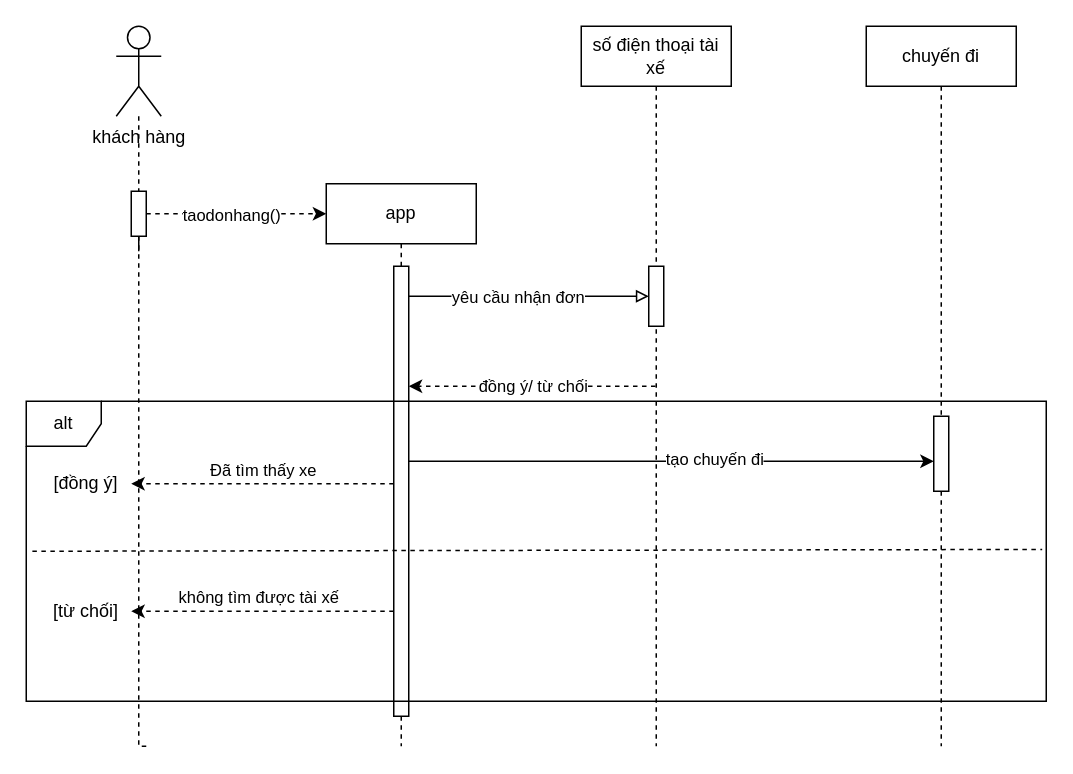
The draw.io diagram page "Trang-5" (5 of 7) of btth3_ss10.drawio in hung20071612-hue/NguyenTuanHung_B25DTCN176_IT105_Session10_BTTH3, before the edit. Source tidied: cells renumbered, new cells numbered last; positions are measured from the earlier drawing's top-left corner, leaving out a move shared by most shapes. Both pictures are drawn from the tidied source at 150%, with x=0, y=0 at pixel (26, 26).
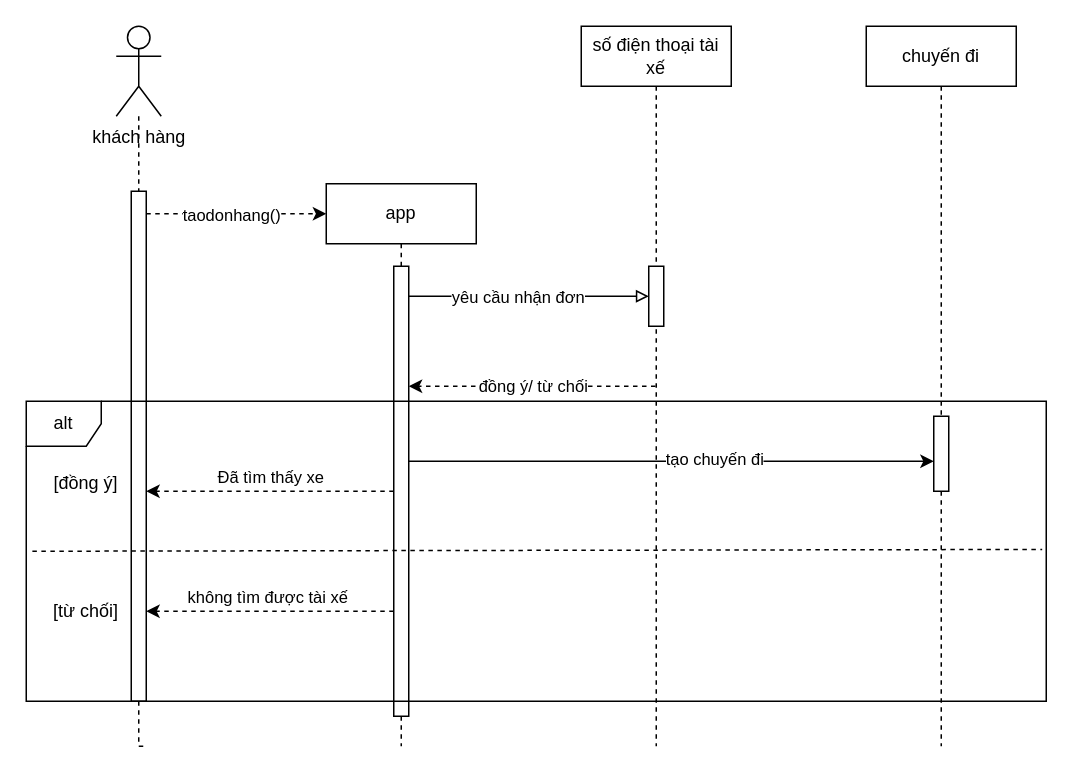
The same page after the edit.

The change refers to these unchanged cells:
```xml
<mxCell id="12" value="app" style="rounded=0;whiteSpace=wrap;html=1;" parent="1" vertex="1">
  <mxGeometry x="200" y="105" width="100" height="40" as="geometry" />
</mxCell>
<mxCell id="16" style="html=1;points=[[0,0,0,0,5],[0,1,0,0,-5],[1,0,0,0,5],[1,1,0,0,-5]];perimeter=orthogonalPerimeter;outlineConnect=0;targetShapes=umlLifeline;portConstraint=eastwest;newEdgeStyle={&quot;curved&quot;:0,&quot;rounded&quot;:0};" parent="1" vertex="1">
  <mxGeometry x="245" y="160" width="10" height="300" as="geometry" />
</mxCell>
<mxCell id="19" value="[đồng ý]" style="text;html=1;whiteSpace=wrap;strokeColor=none;fillColor=none;align=center;verticalAlign=middle;rounded=0;" parent="18" vertex="1">
  <mxGeometry x="10" y="40" width="60" height="30" as="geometry" />
</mxCell>
<mxCell id="20" value="[từ chối]" style="text;html=1;whiteSpace=wrap;strokeColor=none;fillColor=none;align=center;verticalAlign=middle;rounded=0;" parent="18" vertex="1">
  <mxGeometry x="10" y="125" width="60" height="30" as="geometry" />
</mxCell>
```

Change to the diagram source:
```diff
@@
     <mxCell id="2" style="edgeStyle=orthogonalEdgeStyle;rounded=0;jettySize=auto;html=1;endArrow=none;endFill=0;dashed=1;" parent="1" edge="1" source="10">
       <mxGeometry relative="1" as="geometry">
         <mxPoint x="80" y="480" as="targetPoint" />
         <Array as="points">
-          <mxPoint x="75" y="230" />
-          <mxPoint x="75" y="230" />
+          <mxPoint x="75" y="480" />
         </Array>
       </mxGeometry>
     </mxCell>
@@
     <mxCell id="8" style="edgeStyle=orthogonalEdgeStyle;rounded=0;jettySize=auto;html=1;curved=0;dashed=1;" parent="1" edge="1" source="10" target="12">
-      <mxGeometry relative="1" as="geometry" />
+      <mxGeometry relative="1" as="geometry">
+        <Array as="points">
+          <mxPoint x="120" y="125" />
+          <mxPoint x="120" y="125" />
+        </Array>
+      </mxGeometry>
     </mxCell>
@@
     <mxCell id="10" style="html=1;points=[[0,0,0,0,5],[0,1,0,0,-5],[1,0,0,0,5],[1,1,0,0,-5]];perimeter=orthogonalPerimeter;outlineConnect=0;targetShapes=umlLifeline;portConstraint=eastwest;newEdgeStyle={&quot;curved&quot;:0,&quot;rounded&quot;:0};" parent="1" vertex="1">
-      <mxGeometry x="70" y="110" width="10" height="30" as="geometry" />
+      <mxGeometry x="70" y="110" width="10" height="340" as="geometry" />
     </mxCell>
@@
-    <mxCell id="25" style="endArrow=classic;html=1;rounded=0;dashed=1;entryX=1;entryY=0.5;entryDx=0;entryDy=0;" parent="1" edge="1" source="16" target="20">
-      <mxGeometry relative="1" as="geometry" />
+    <mxCell id="25" style="endArrow=classic;html=1;rounded=0;dashed=1;" parent="1" edge="1" source="16">
+      <mxGeometry relative="1" as="geometry">
+        <mxPoint x="80" y="390" as="targetPoint" />
+      </mxGeometry>
     </mxCell>
@@
-    <mxCell id="27" style="endArrow=classic;html=1;rounded=0;dashed=1;entryX=1;entryY=0.5;entryDx=0;entryDy=0;" parent="1" edge="1" source="16" target="19">
+    <mxCell id="27" style="endArrow=classic;html=1;rounded=0;dashed=1;" parent="1" edge="1" source="16" target="10">
       <mxGeometry relative="1" as="geometry" />
     </mxCell>
```
